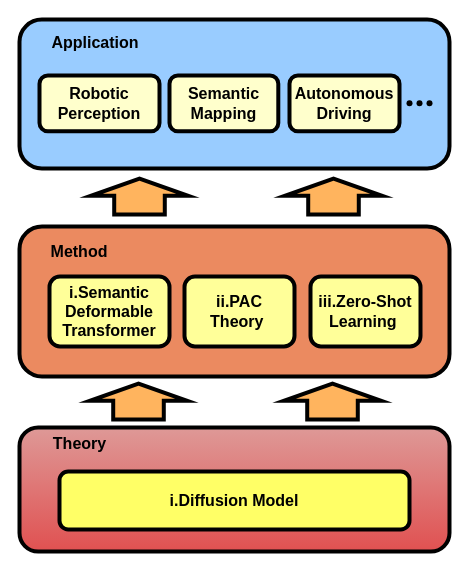
Earlier version of the draw.io diagram RP2/Framework.drawio (KopiSoftware/draw_cc_cloud). Source tidied: cells renumbered, new cells numbered last; positions are measured from the earlier drawing's top-left corner, leaving out a move shared by most shapes. Both pictures are drawn from the tidied source at 100%, with x=0, y=0 at pixel (19, 19).
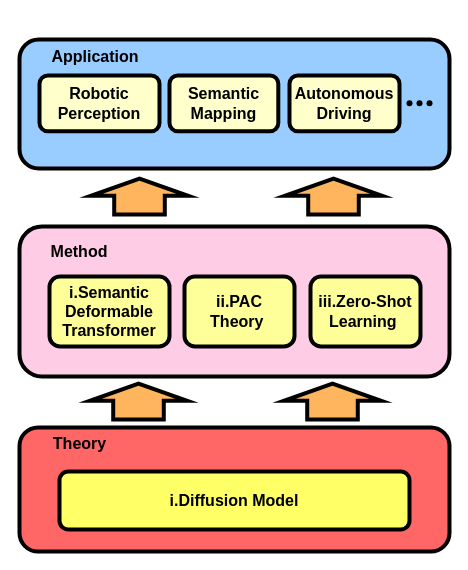
After the change.

Unchanged cells that the change refers to:
```xml
<mxCell id="2" style="group;" parent="1" vertex="1">
  <mxGeometry y="408" width="430" height="124" as="geometry" />
</mxCell>
<mxCell id="6" style="group;fillColor=default;" parent="1" vertex="1">
  <mxGeometry width="430" height="157" as="geometry" />
</mxCell>
```

Diff of the diagram source:
```diff
@@
-    <mxCell id="3" style="rounded=1;whiteSpace=wrap;html=1;strokeWidth=4;fillColor=#DE9997;strokeColor=#000000;fillStyle=auto;gradientColor=#E05151;" parent="2" vertex="1">
+    <mxCell id="3" style="rounded=1;whiteSpace=wrap;html=1;strokeWidth=4;fillColor=#FF6666;strokeColor=#000000;fillStyle=auto;gradientColor=none;" parent="2" vertex="1">
       <mxGeometry width="430" height="124" as="geometry" />
     </mxCell>
@@
     <mxCell id="7" style="rounded=1;whiteSpace=wrap;html=1;strokeWidth=4;fillColor=#99CCFF;strokeColor=#000000;" parent="6" vertex="1">
-      <mxGeometry width="430" height="149" as="geometry" />
+      <mxGeometry y="20" width="430" height="129" as="geometry" />
     </mxCell>
@@
     <mxCell id="10" value="Application" style="text;html=1;strokeColor=none;fillColor=none;align=center;verticalAlign=middle;whiteSpace=wrap;rounded=0;fontStyle=1;fontSize=16;" parent="6" vertex="1">
-      <mxGeometry x="45.6" y="9.3" width="60" height="27.9" as="geometry" />
+      <mxGeometry x="45.6" y="23.3" width="60" height="27.9" as="geometry" />
     </mxCell>
@@
-    <mxCell id="17" style="rounded=1;whiteSpace=wrap;html=1;strokeWidth=4;fillColor=#EB8A60;strokeColor=#000000;" parent="1" vertex="1">
+    <mxCell id="17" style="rounded=1;whiteSpace=wrap;html=1;strokeWidth=4;fillColor=#FFCCE6;strokeColor=#000000;" parent="1" vertex="1">
       <mxGeometry y="207" width="430" height="150" as="geometry" />
     </mxCell>
```
